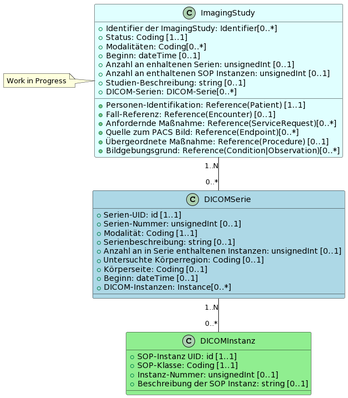
This is ImplementationGuide/ImagingStudy_UML.png from medizininformatik-initiative/kerndatensatz-bildgebung, a PlantUML export, as it was before one commit.
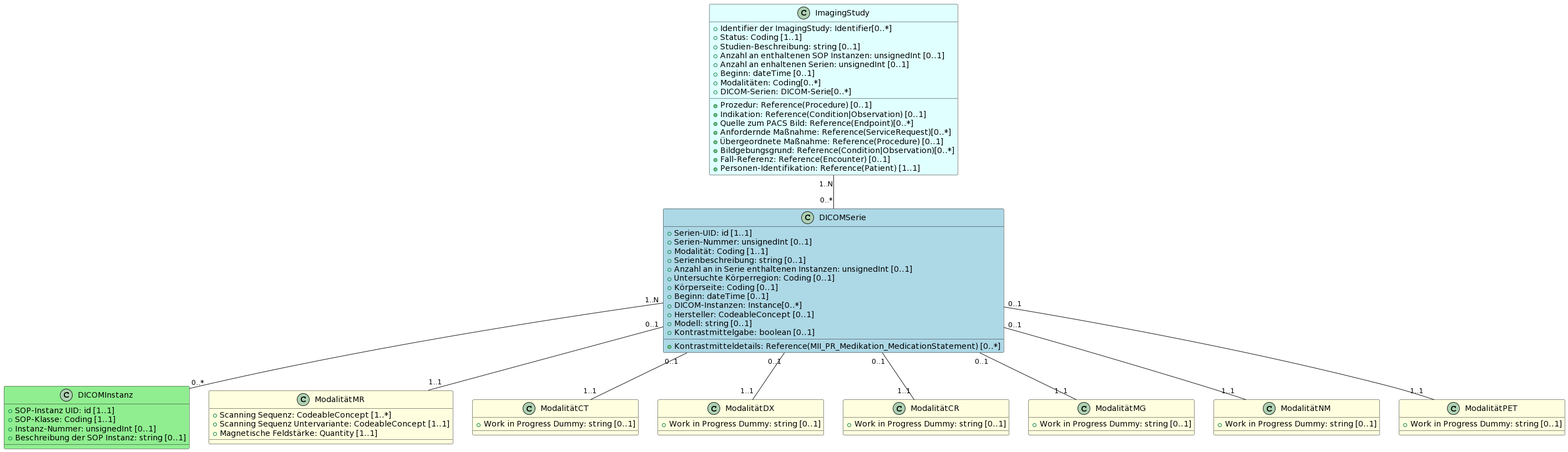
The same file after the commit.

Change to the diagram source:
```diff
@@ -1,21 +1,22 @@
 @startuml
 class ImagingStudy #LightCyan {
+  + Prozedur: Reference(Procedure) [0..1]
   + Identifier der ImagingStudy: Identifier[0..*]
   + Status: Coding [1..1]
+  + Studien-Beschreibung: string [0..1]
+  + Anzahl an enthaltenen SOP Instanzen: unsignedInt [0..1]
+  + Anzahl an enhaltenen Serien: unsignedInt [0..1]
+  + Beginn: dateTime [0..1]
+  + Indikation: Reference(Condition|Observation) [0..1]
   + Modalitäten: Coding[0..*]
-  + Personen-Identifikation: Reference(Patient) [1..1]
-  + Fall-Referenz: Reference(Encounter) [0..1]
-  + Beginn: dateTime [0..1]
+  + Quelle zum PACS Bild: Reference(Endpoint)[0..*]
   + Anfordernde Maßnahme: Reference(ServiceRequest)[0..*]
-  + Quelle zum PACS Bild: Reference(Endpoint)[0..*]
-  + Anzahl an enhaltenen Serien: unsignedInt [0..1]
-  + Anzahl an enthaltenen SOP Instanzen: unsignedInt [0..1]
   + Übergeordnete Maßnahme: Reference(Procedure) [0..1]
   + Bildgebungsgrund: Reference(Condition|Observation)[0..*]
-  + Studien-Beschreibung: string [0..1]
+  + Fall-Referenz: Reference(Encounter) [0..1]
+  + Personen-Identifikation: Reference(Patient) [1..1]
   + DICOM-Serien: DICOM-Serie[0..*]
 }
-note left: Work in Progress
 
 class DICOMSerie #LightBlue {
   + Serien-UID: id [1..1]
@@ -27,6 +28,10 @@
   + Körperseite: Coding [0..1]
   + Beginn: dateTime [0..1]
   + DICOM-Instanzen: Instance[0..*]
+  + Hersteller: CodeableConcept [0..1]
+  + Modell: string [0..1]
+  + Kontrastmittelgabe: boolean [0..1]
+  + Kontrastmitteldetails: Reference(MII_PR_Medikation_MedicationStatement) [0..*]
 }
 
 class DICOMInstanz #LightGreen {
@@ -36,6 +41,43 @@
   + Beschreibung der SOP Instanz: string [0..1]
 }
 
+class ModalitätMR #LightYellow {
+  + Scanning Sequenz: CodeableConcept [1..*]
+  + Scanning Sequenz Untervariante: CodeableConcept [1..1]
+  + Magnetische Feldstärke: Quantity [1..1]
+}
+
+class ModalitätCT #LightYellow {
+  + Work in Progress Dummy: string [0..1]
+}
+
+class ModalitätDX #LightYellow {
+  + Work in Progress Dummy: string [0..1]
+}
+
+class ModalitätCR #LightYellow {
+  + Work in Progress Dummy: string [0..1]
+}
+
+class ModalitätMG #LightYellow {
+  + Work in Progress Dummy: string [0..1]
+}
+
+class ModalitätNM #LightYellow {
+  + Work in Progress Dummy: string [0..1]
+}
+
+class ModalitätPET #LightYellow {
+  + Work in Progress Dummy: string [0..1]
+}
+
 ImagingStudy "1..N" -- "0..*" DICOMSerie
 DICOMSerie "1..N" -- "0..*" DICOMInstanz
+DICOMSerie "0..1" -- "1..1" ModalitätMR
+DICOMSerie "0..1" -- "1..1" ModalitätCT
+DICOMSerie "0..1" -- "1..1" ModalitätDX
+DICOMSerie "0..1" -- "1..1" ModalitätCR
+DICOMSerie "0..1" -- "1..1" ModalitätMG
+DICOMSerie "0..1" -- "1..1" ModalitätNM
+DICOMSerie "0..1" -- "1..1" ModalitätPET
 @enduml
```
